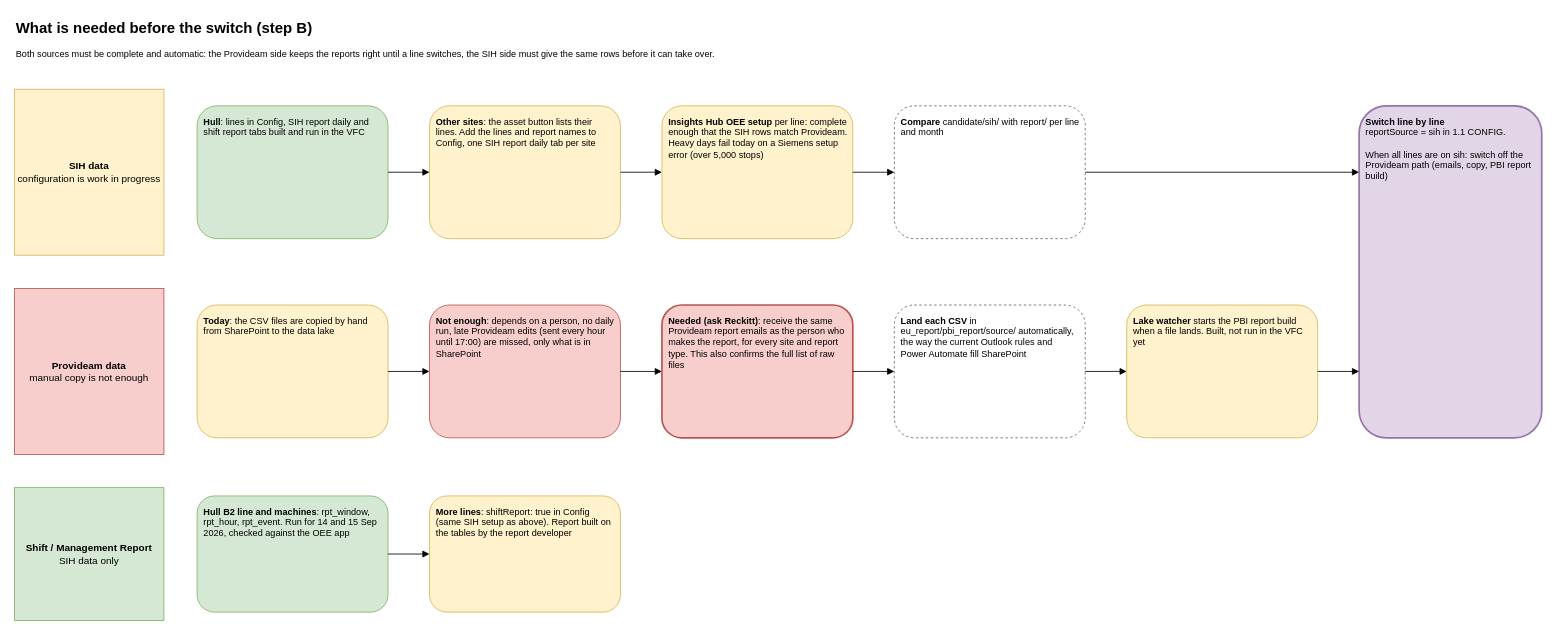
This is page "2 What is needed" (2 of 3) of diagrams/migration-plan.drawio from AbiyyuMufti/SIH-IBMX-R, a draw.io file, before an edit. Source tidied: cells renumbered, new cells numbered last; positions are measured from the earlier drawing's top-left corner, leaving out a move shared by most shapes. Both pictures are drawn from the tidied source at 83%, with x=0, y=0 at pixel (14, 14).
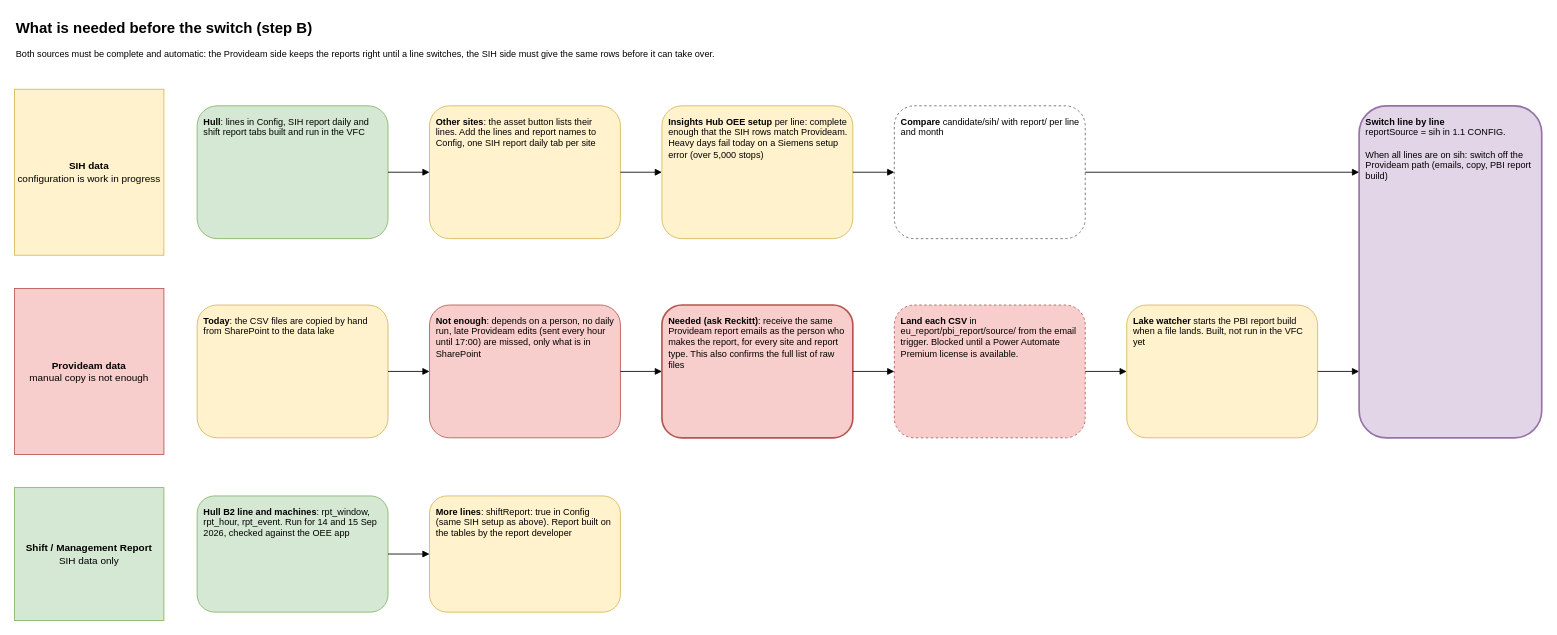
Above is the later version.

Change to the diagram source:
```diff
@@
-    <mxCell id="13" value="&lt;b&gt;Land each CSV&lt;/b&gt; in eu_report/pbi_report/source/ automatically, the way the current Outlook rules and Power Automate fill SharePoint" style="rounded=1;whiteSpace=wrap;html=1;fillColor=#ffffff;strokeColor=#666666;dashed=1;fontSize=11;align=left;verticalAlign=top;spacing=8;" parent="1" vertex="1">
+    <mxCell id="13" value="&lt;b&gt;Land each CSV&lt;/b&gt; in eu_report/pbi_report/source/ from the email trigger. Blocked until a Power Automate Premium license is available." style="rounded=1;whiteSpace=wrap;html=1;fillColor=#f8cecc;strokeColor=#b85450;dashed=1;fontSize=11;align=left;verticalAlign=top;spacing=8;" parent="1" vertex="1">
       <mxGeometry x="1060" y="350" width="230" height="160" as="geometry" />
     </mxCell>
```
